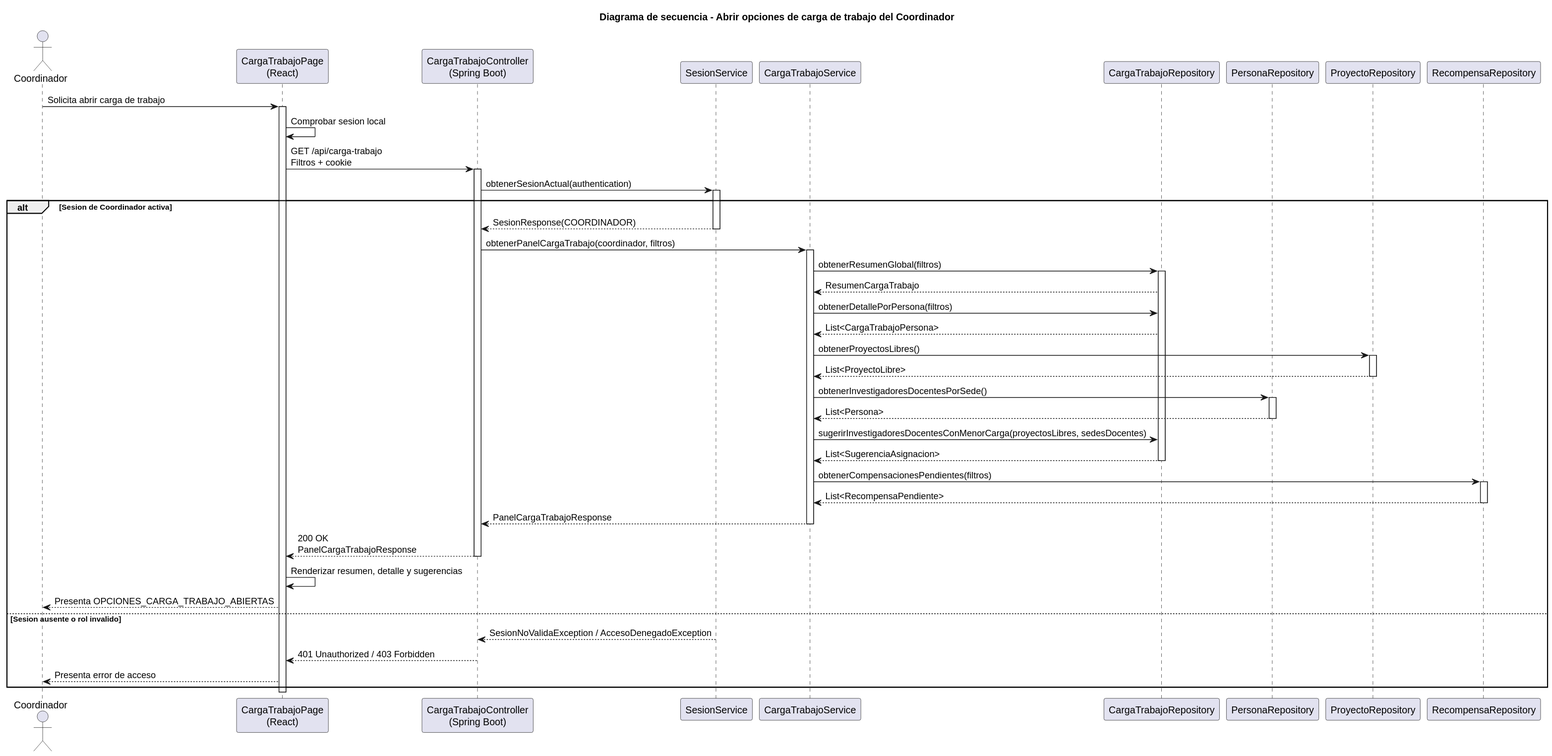
Above: images/RUP/02-diseño/casos-uso/coordinador/abrirOpcionesCargaTrabajo/secuencia.svg in beatriizorozco/25-26-idsw2-sdVC (PlantUML), before the change.
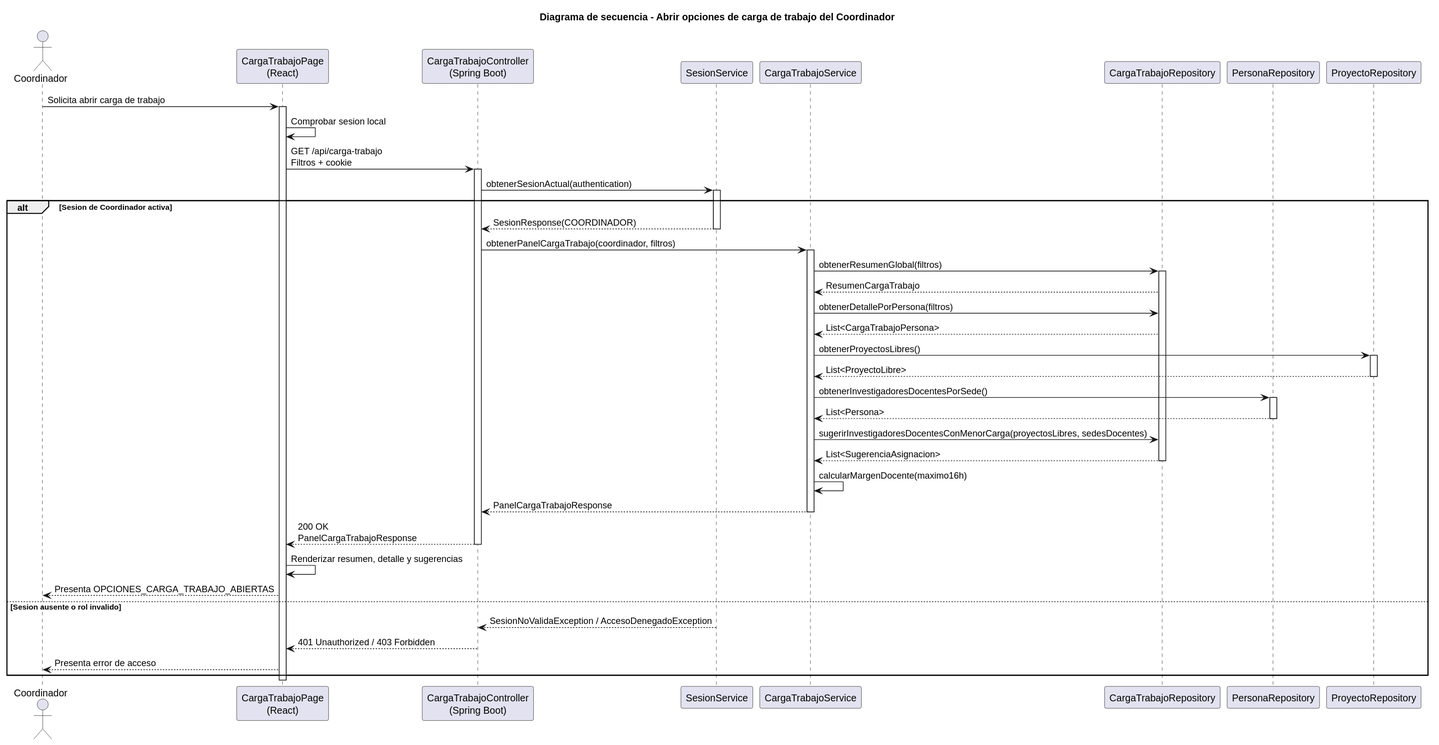
Above is the later version.

The edit, as a diff of the source:
```diff
@@ -9,7 +9,6 @@
 participant "CargaTrabajoRepository" as CargaRepo
 participant "PersonaRepository" as PersonaRepo
 participant "ProyectoRepository" as ProyectoRepo
-participant "RecompensaRepository" as RecompensaRepo
 
 Coordinador -> Frontend: Solicita abrir carga de trabajo
 activate Frontend
@@ -39,10 +38,7 @@
     Service -> CargaRepo: sugerirInvestigadoresDocentesConMenorCarga(proyectosLibres, sedesDocentes)
     CargaRepo --> Service: List<SugerenciaAsignacion>
     deactivate CargaRepo
-    Service -> RecompensaRepo: obtenerCompensacionesPendientes(filtros)
-    activate RecompensaRepo
-    RecompensaRepo --> Service: List<RecompensaPendiente>
-    deactivate RecompensaRepo
+    Service -> Service: calcularMargenDocente(maximo16h)
     Service --> Api: PanelCargaTrabajoResponse
     deactivate Service
     Api --> Frontend: 200 OK\nPanelCargaTrabajoResponse
```
